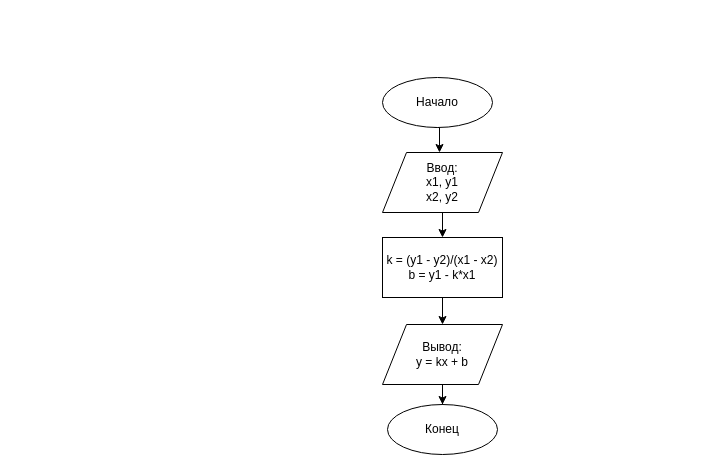
Earlier version of the draw.io diagram page "task_2" (2 of 7) of les1/les_1.drawio (damkh/gb_py_alg_2020-07). Source tidied: cells renumbered, new cells numbered last; positions are measured from the earlier drawing's top-left corner, leaving out a move shared by most shapes. Both pictures are drawn from the tidied source at 100%, with x=0, y=0 at pixel (382, 77).
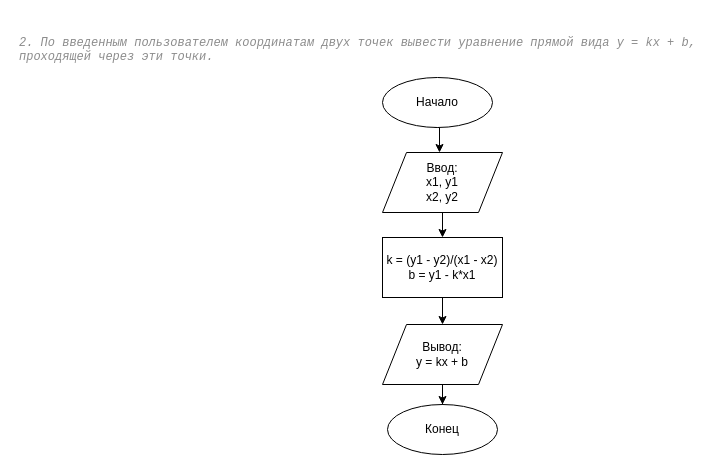
After the change.

Diff of the diagram source:
```diff
@@
 <mxGraphModel>
   <root>
     <mxCell id="0" />
     <mxCell id="1" parent="0" />
     <mxCell id="2" style="edgeStyle=orthogonalEdgeStyle;rounded=0;orthogonalLoop=1;jettySize=auto;html=1;entryX=0.5;entryY=0;entryDx=0;entryDy=0;" parent="1" edge="1">
       <mxGeometry relative="1" as="geometry">
         <mxPoint x="52" y="50" as="sourcePoint" />
         <mxPoint x="57" y="75" as="targetPoint" />
       </mxGeometry>
     </mxCell>
     <mxCell id="3" value="Начало" style="ellipse;whiteSpace=wrap;html=1;" parent="1" vertex="1">
       <mxGeometry width="110" height="50" as="geometry" />
     </mxCell>
     <mxCell id="4" value="&lt;div&gt;Конец&lt;/div&gt;" style="ellipse;whiteSpace=wrap;html=1;" parent="1" vertex="1">
       <mxGeometry x="5" y="327" width="110" height="50" as="geometry" />
     </mxCell>
     <mxCell id="5" style="edgeStyle=orthogonalEdgeStyle;rounded=0;jettySize=auto;html=1;entryX=0.5;entryY=0;entryDx=0;entryDy=0;" parent="1" edge="1" source="6" target="10">
       <mxGeometry relative="1" as="geometry" />
     </mxCell>
     <mxCell id="6" value="&lt;div&gt;Ввод:&lt;/div&gt;&lt;div&gt;x1, y1&lt;/div&gt;&lt;div&gt;x2, y2&lt;br&gt;&lt;/div&gt;" style="shape=parallelogram;perimeter=parallelogramPerimeter;whiteSpace=wrap;html=1;" parent="1" vertex="1">
       <mxGeometry y="75" width="120" height="60" as="geometry" />
     </mxCell>
     <mxCell id="7" style="edgeStyle=orthogonalEdgeStyle;rounded=0;jettySize=auto;html=1;entryX=0.5;entryY=0;entryDx=0;entryDy=0;" parent="1" edge="1" source="8" target="4">
       <mxGeometry relative="1" as="geometry" />
     </mxCell>
     <mxCell id="8" value="&lt;div&gt;Вывод:&lt;/div&gt;&lt;div&gt;y = kx + b&lt;br&gt;&lt;/div&gt;" style="shape=parallelogram;perimeter=parallelogramPerimeter;whiteSpace=wrap;html=1;" parent="1" vertex="1">
       <mxGeometry y="247" width="120" height="60" as="geometry" />
     </mxCell>
     <mxCell id="9" style="edgeStyle=orthogonalEdgeStyle;rounded=0;jettySize=auto;html=1;entryX=0.5;entryY=0;entryDx=0;entryDy=0;" parent="1" edge="1" source="10" target="8">
       <mxGeometry relative="1" as="geometry" />
     </mxCell>
     <mxCell id="10" value="&lt;div&gt;k = (y1 - y2)/(x1 - x2)&lt;/div&gt;&lt;div&gt;b = y1 - k*x1&lt;br&gt;&lt;/div&gt;" style="rounded=0;whiteSpace=wrap;html=1;" parent="1" vertex="1">
       <mxGeometry y="160" width="120" height="60" as="geometry" />
     </mxCell>
+    <mxCell id="11" value="&lt;pre style=&quot;background-color: #ffffff ; color: #080808 ; font-family: &amp;quot;jetbrains mono&amp;quot; , monospace ; font-size: 9 8pt&quot;&gt;&lt;span style=&quot;color: #8c8c8c ; font-style: italic&quot;&gt;2. По введенным пользователем координатам двух точек вывести уравнение прямой вида y = kx + b,&lt;br&gt;&lt;/span&gt;&lt;span style=&quot;color: #8c8c8c ; font-style: italic&quot;&gt;проходящей через эти точки.&lt;/span&gt;&lt;/pre&gt;" style="text;whiteSpace=wrap;html=1;" parent="1" vertex="1">
+      <mxGeometry x="-365" y="-60" width="550" height="70" as="geometry" />
+    </mxCell>
   </root>
 </mxGraphModel>
```
